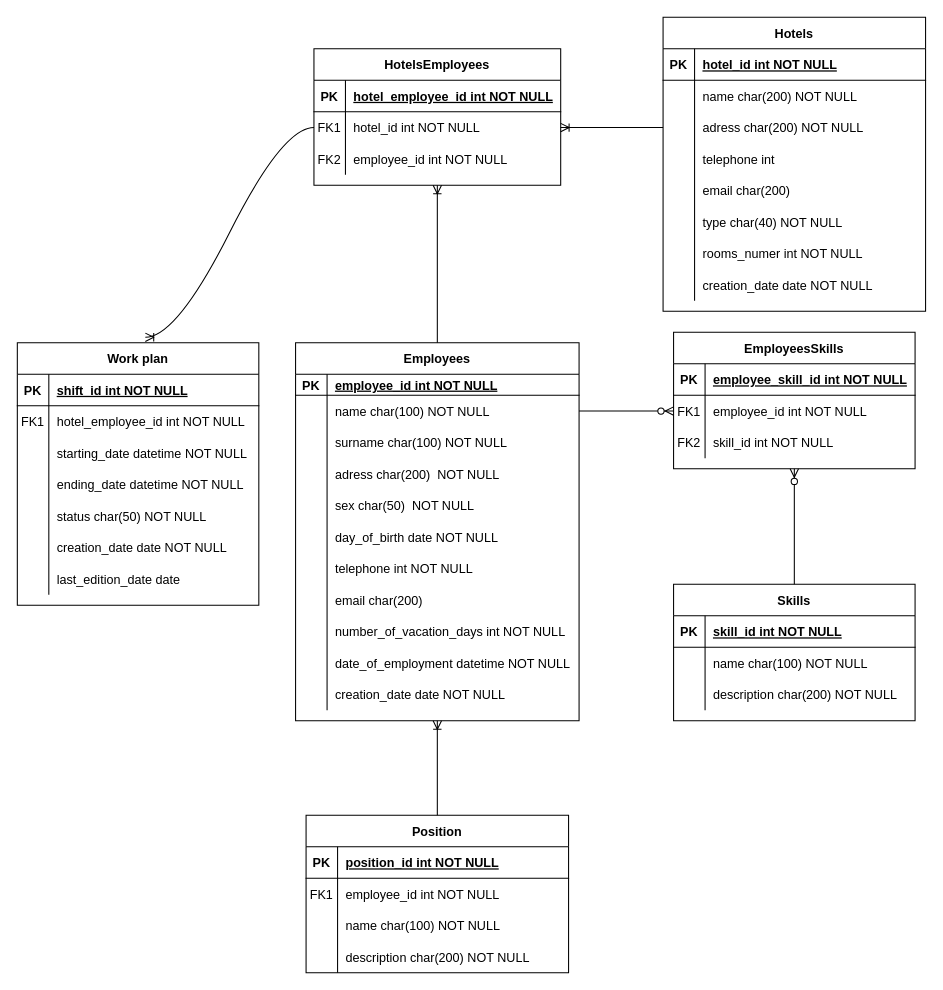
Before: Untitled Diagram.drawio in KrzysiekJa/Hotel-Personel-Management-DB-System, a draw.io diagram. Source tidied: cells renumbered, new cells numbered last; positions are measured from the earlier drawing's top-left corner, leaving out a move shared by most shapes. Both pictures are drawn from the tidied source at 105%, with x=0, y=0 at pixel (17, 17).
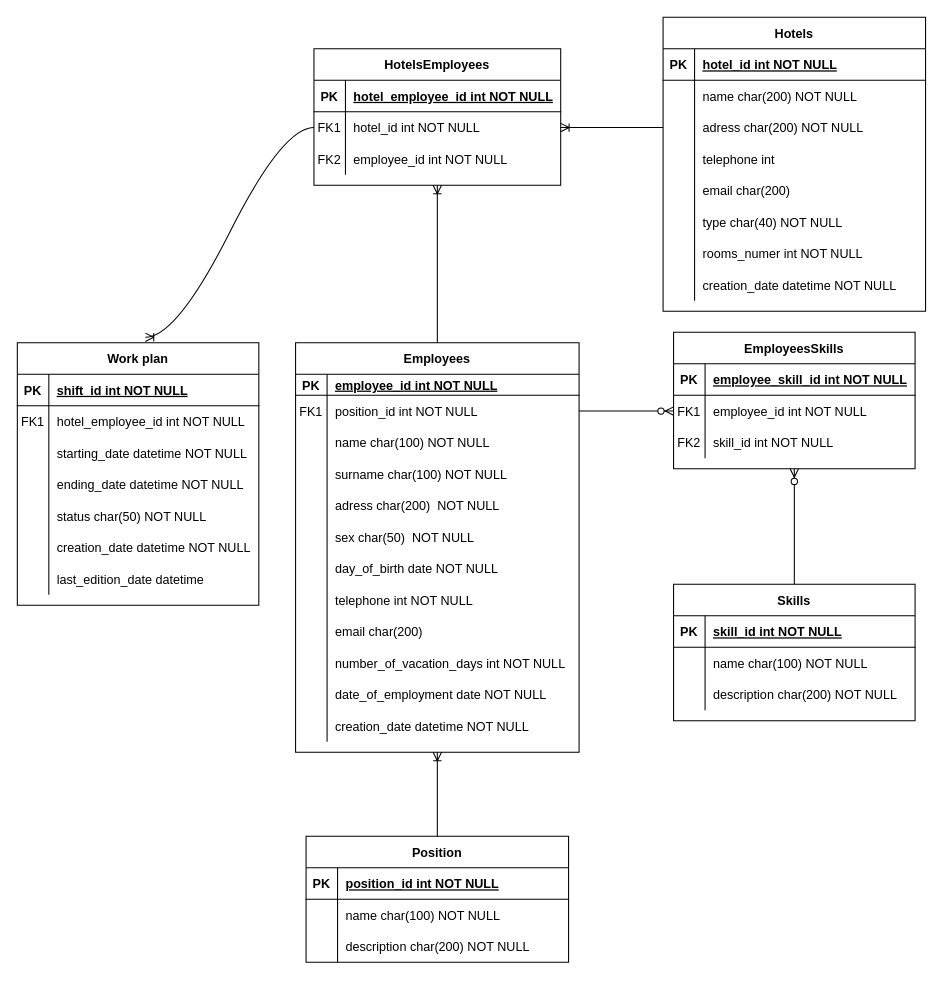
The same page after the edit.

The change refers to these unchanged cells:
```xml
<mxCell id="24" style="shape=partialRectangle;fillColor=none;top=0;left=0;right=0;bottom=0;" parent="2" vertex="1">
  <mxGeometry y="240" width="250" height="30" as="geometry" />
</mxCell>
<mxCell id="31" style="shape=partialRectangle;fillColor=none;points=[[0,0.5],[1,0.5]];portConstraint=eastwest;top=0;left=0;right=0;bottom=0;" parent="27" vertex="1">
  <mxGeometry y="50" width="270" height="30" as="geometry" />
</mxCell>
<mxCell id="114" style="shape=tableRow;horizontal=0;startSize=0;swimlaneHead=0;swimlaneBody=0;fillColor=none;top=0;left=0;right=0;bottom=0;" parent="98" vertex="1">
  <mxGeometry y="180" width="230" height="30" as="geometry" />
</mxCell>
<mxCell id="117" style="shape=tableRow;horizontal=0;startSize=0;swimlaneHead=0;swimlaneBody=0;fillColor=none;top=0;left=0;right=0;bottom=0;" parent="98" vertex="1">
  <mxGeometry y="210" width="230" height="30" as="geometry" />
</mxCell>
```

Diff of the diagram source:
```diff
@@
-    <mxCell id="26" value="creation_date date NOT NULL" style="shape=partialRectangle;overflow=hidden;fillColor=none;top=0;left=0;bottom=0;right=0;align=left;spacingLeft=6;" parent="24" vertex="1">
+    <mxCell id="26" value="creation_date datetime NOT NULL" style="shape=partialRectangle;overflow=hidden;fillColor=none;top=0;left=0;bottom=0;right=0;align=left;spacingLeft=6;" parent="24" vertex="1">
       <mxGeometry x="30" width="220" height="30" as="geometry" />
     </mxCell>
     <mxCell id="27" value="Employees" style="shape=table;startSize=30;childLayout=tableLayout;rowLines=0;fontStyle=1;align=center;" parent="1" vertex="1">
-      <mxGeometry x="265" y="310" width="270" height="360" as="geometry" />
+      <mxGeometry x="265" y="310" width="270" height="390" as="geometry" />
     </mxCell>
@@
-    <mxCell id="32" style="shape=partialRectangle;overflow=hidden;fillColor=none;top=0;left=0;bottom=0;right=0;" parent="31" vertex="1">
+    <mxCell id="32" value="FK1" style="shape=partialRectangle;overflow=hidden;fillColor=none;top=0;left=0;bottom=0;right=0;" parent="31" vertex="1">
       <mxGeometry width="30" height="30" as="geometry" />
     </mxCell>
-    <mxCell id="33" value="name char(100) NOT NULL" style="shape=partialRectangle;overflow=hidden;fillColor=none;top=0;left=0;bottom=0;right=0;align=left;spacingLeft=6;" parent="31" vertex="1">
+    <mxCell id="33" value="position_id int NOT NULL" style="shape=partialRectangle;overflow=hidden;fillColor=none;top=0;left=0;bottom=0;right=0;align=left;spacingLeft=6;" parent="31" vertex="1">
       <mxGeometry x="30" width="240" height="30" as="geometry" />
     </mxCell>
+    <mxCell id="132" style="shape=partialRectangle;fillColor=none;top=0;left=0;right=0;bottom=0;" parent="27" vertex="1">
+      <mxGeometry y="80" width="270" height="30" as="geometry" />
+    </mxCell>
+    <mxCell id="133" style="shape=partialRectangle;overflow=hidden;fillColor=none;top=0;left=0;bottom=0;right=0;" parent="132" vertex="1">
+      <mxGeometry width="30" height="30" as="geometry" />
+    </mxCell>
+    <mxCell id="134" value="name char(100) NOT NULL" style="shape=partialRectangle;overflow=hidden;fillColor=none;top=0;left=0;bottom=0;right=0;align=left;spacingLeft=6;" parent="132" vertex="1">
+      <mxGeometry x="30" width="240" height="30" as="geometry" />
+    </mxCell>
     <mxCell id="34" style="shape=partialRectangle;fillColor=none;top=0;left=0;right=0;bottom=0;" parent="27" vertex="1">
-      <mxGeometry y="80" width="270" height="30" as="geometry" />
+      <mxGeometry y="110" width="270" height="30" as="geometry" />
     </mxCell>
@@
     <mxCell id="37" style="shape=partialRectangle;fillColor=none;top=0;left=0;right=0;bottom=0;" parent="27" vertex="1">
-      <mxGeometry y="110" width="270" height="30" as="geometry" />
+      <mxGeometry y="140" width="270" height="30" as="geometry" />
     </mxCell>
@@
     <mxCell id="40" style="shape=partialRectangle;fillColor=none;top=0;left=0;right=0;bottom=0;" parent="27" vertex="1">
-      <mxGeometry y="140" width="270" height="30" as="geometry" />
+      <mxGeometry y="170" width="270" height="30" as="geometry" />
     </mxCell>
@@
     <mxCell id="43" style="shape=partialRectangle;fillColor=none;top=0;left=0;right=0;bottom=0;" parent="27" vertex="1">
-      <mxGeometry y="170" width="270" height="30" as="geometry" />
+      <mxGeometry y="200" width="270" height="30" as="geometry" />
     </mxCell>
@@
     <mxCell id="46" style="shape=partialRectangle;fillColor=none;top=0;left=0;right=0;bottom=0;" parent="27" vertex="1">
-      <mxGeometry y="200" width="270" height="30" as="geometry" />
+      <mxGeometry y="230" width="270" height="30" as="geometry" />
     </mxCell>
@@
     <mxCell id="49" style="shape=partialRectangle;fillColor=none;top=0;left=0;right=0;bottom=0;" parent="27" vertex="1">
-      <mxGeometry y="230" width="270" height="30" as="geometry" />
+      <mxGeometry y="260" width="270" height="30" as="geometry" />
     </mxCell>
@@
     <mxCell id="52" style="shape=partialRectangle;fillColor=none;top=0;left=0;right=0;bottom=0;" parent="27" vertex="1">
-      <mxGeometry y="260" width="270" height="30" as="geometry" />
+      <mxGeometry y="290" width="270" height="30" as="geometry" />
     </mxCell>
@@
     <mxCell id="55" style="shape=partialRectangle;fillColor=none;top=0;left=0;right=0;bottom=0;" parent="27" vertex="1">
-      <mxGeometry y="290" width="270" height="30" as="geometry" />
+      <mxGeometry y="320" width="270" height="30" as="geometry" />
     </mxCell>
@@
-    <mxCell id="57" value="date_of_employment datetime NOT NULL" style="shape=partialRectangle;overflow=hidden;fillColor=none;top=0;left=0;bottom=0;right=0;align=left;spacingLeft=6;" parent="55" vertex="1">
+    <mxCell id="57" value="date_of_employment date NOT NULL" style="shape=partialRectangle;overflow=hidden;fillColor=none;top=0;left=0;bottom=0;right=0;align=left;spacingLeft=6;" parent="55" vertex="1">
       <mxGeometry x="30" width="240" height="30" as="geometry" />
     </mxCell>
     <mxCell id="58" style="shape=partialRectangle;fillColor=none;top=0;left=0;right=0;bottom=0;" parent="27" vertex="1">
-      <mxGeometry y="320" width="270" height="30" as="geometry" />
+      <mxGeometry y="350" width="270" height="30" as="geometry" />
     </mxCell>
@@
-    <mxCell id="60" value="creation_date date NOT NULL" style="shape=partialRectangle;overflow=hidden;fillColor=none;top=0;left=0;bottom=0;right=0;align=left;spacingLeft=6;" parent="58" vertex="1">
+    <mxCell id="60" value="creation_date datetime NOT NULL" style="shape=partialRectangle;overflow=hidden;fillColor=none;top=0;left=0;bottom=0;right=0;align=left;spacingLeft=6;" parent="58" vertex="1">
       <mxGeometry x="30" width="240" height="30" as="geometry" />
     </mxCell>
     <mxCell id="61" value="Position" style="shape=table;startSize=30;childLayout=tableLayout;rowLines=0;fontStyle=1;align=center;" parent="1" vertex="1">
-      <mxGeometry x="275" y="760" width="250" height="150" as="geometry" />
+      <mxGeometry x="275" y="780" width="250" height="120" as="geometry" />
     </mxCell>
@@
-    <mxCell id="65" style="shape=tableRow;horizontal=0;startSize=0;swimlaneHead=0;swimlaneBody=0;fillColor=none;top=0;left=0;right=0;bottom=0;" parent="61" vertex="1">
-      <mxGeometry y="60" width="250" height="30" as="geometry" />
-    </mxCell>
-    <mxCell id="66" value="FK1" style="shape=partialRectangle;fillColor=none;top=0;left=0;bottom=0;right=0;overflow=hidden;" parent="65" vertex="1">
-      <mxGeometry width="30" height="30" as="geometry" />
-    </mxCell>
-    <mxCell id="67" value="employee_id int NOT NULL" style="shape=partialRectangle;fillColor=none;top=0;left=0;bottom=0;right=0;align=left;spacingLeft=6;overflow=hidden;" parent="65" vertex="1">
-      <mxGeometry x="30" width="220" height="30" as="geometry" />
-    </mxCell>
     <mxCell id="68" style="shape=tableRow;horizontal=0;startSize=0;swimlaneHead=0;swimlaneBody=0;fillColor=none;top=0;left=0;right=0;bottom=0;" parent="61" vertex="1">
-      <mxGeometry y="90" width="250" height="30" as="geometry" />
+      <mxGeometry y="60" width="250" height="30" as="geometry" />
     </mxCell>
@@
     <mxCell id="71" style="shape=tableRow;horizontal=0;startSize=0;swimlaneHead=0;swimlaneBody=0;fillColor=none;top=0;left=0;right=0;bottom=0;" parent="61" vertex="1">
-      <mxGeometry y="120" width="250" height="30" as="geometry" />
+      <mxGeometry y="90" width="250" height="30" as="geometry" />
     </mxCell>
@@
-    <mxCell id="116" value="creation_date date NOT NULL" style="shape=partialRectangle;fillColor=none;top=0;left=0;bottom=0;right=0;align=left;spacingLeft=6;overflow=hidden;" parent="114" vertex="1">
+    <mxCell id="116" value="creation_date datetime NOT NULL" style="shape=partialRectangle;fillColor=none;top=0;left=0;bottom=0;right=0;align=left;spacingLeft=6;overflow=hidden;" parent="114" vertex="1">
       <mxGeometry x="30" width="200" height="30" as="geometry" />
     </mxCell>
@@
-    <mxCell id="119" value="last_edition_date date" style="shape=partialRectangle;fillColor=none;top=0;left=0;bottom=0;right=0;align=left;spacingLeft=6;overflow=hidden;" parent="117" vertex="1">
+    <mxCell id="119" value="last_edition_date datetime" style="shape=partialRectangle;fillColor=none;top=0;left=0;bottom=0;right=0;align=left;spacingLeft=6;overflow=hidden;" parent="117" vertex="1">
       <mxGeometry x="30" width="200" height="30" as="geometry" />
     </mxCell>
```
